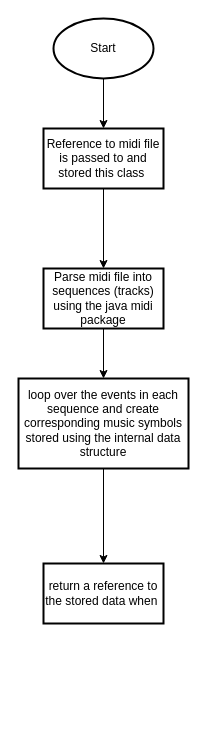
Above: docs/flowcharts/Untitled Diagram.drawio in Bingergie/midi2musicxml (draw.io), before the change. Source tidied: cells renumbered, new cells numbered last; positions are measured from the earlier drawing's top-left corner, leaving out a move shared by most shapes. Both pictures are drawn from the tidied source at 100%, with x=0, y=0 at pixel (18, 18).
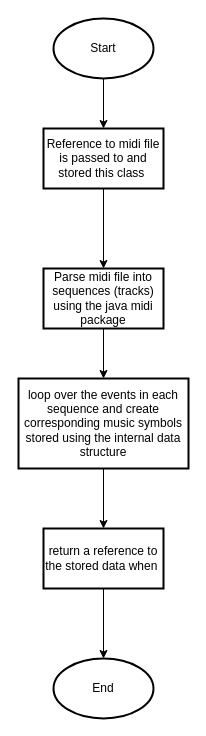
After the change.

The edit, as a diff of the source:
```diff
@@
 <mxGraphModel>
   <root>
     <mxCell id="0" />
     <mxCell id="1" parent="0" />
     <mxCell id="2" style="edgeStyle=orthogonalEdgeStyle;rounded=0;jettySize=auto;html=1;exitX=0.5;exitY=1;exitDx=0;exitDy=0;exitPerimeter=0;entryX=0.5;entryY=0;entryDx=0;entryDy=0;" parent="1" edge="1" source="3" target="5">
       <mxGeometry relative="1" as="geometry" />
     </mxCell>
     <mxCell id="3" value="Start" style="strokeWidth=2;html=1;shape=mxgraph.flowchart.start_1;whiteSpace=wrap;" parent="1" vertex="1">
       <mxGeometry x="35" width="100" height="60" as="geometry" />
     </mxCell>
     <mxCell id="4" style="edgeStyle=orthogonalEdgeStyle;rounded=0;jettySize=auto;html=1;" parent="1" edge="1" source="5" target="7">
       <mxGeometry relative="1" as="geometry" />
     </mxCell>
     <mxCell id="5" value="Reference to midi file is passed to and stored this class&amp;nbsp;" style="whiteSpace=wrap;html=1;strokeWidth=2;" parent="1" vertex="1">
       <mxGeometry x="25" y="110" width="120" height="60" as="geometry" />
     </mxCell>
     <mxCell id="6" style="edgeStyle=orthogonalEdgeStyle;rounded=0;jettySize=auto;html=1;" parent="1" edge="1" source="7" target="9">
       <mxGeometry relative="1" as="geometry" />
     </mxCell>
     <mxCell id="7" value="Parse midi file into sequences (tracks) using the java midi package" style="whiteSpace=wrap;html=1;strokeWidth=2;" parent="1" vertex="1">
       <mxGeometry x="25" y="250" width="120" height="60" as="geometry" />
     </mxCell>
     <mxCell id="8" style="edgeStyle=orthogonalEdgeStyle;rounded=0;jettySize=auto;html=1;" parent="1" edge="1" source="9" target="10">
       <mxGeometry relative="1" as="geometry" />
     </mxCell>
     <mxCell id="9" value="loop over the events in each sequence and create corresponding music symbols stored using the internal data structure" style="whiteSpace=wrap;html=1;strokeWidth=2;" parent="1" vertex="1">
       <mxGeometry y="360" width="170" height="90" as="geometry" />
     </mxCell>
+    <mxCell id="11" style="edgeStyle=orthogonalEdgeStyle;rounded=0;jettySize=auto;html=1;" parent="1" edge="1" source="10" target="12">
+      <mxGeometry relative="1" as="geometry" />
+    </mxCell>
     <mxCell id="10" value="return a reference to the stored data when&amp;nbsp;" style="whiteSpace=wrap;html=1;strokeWidth=2;" parent="1" vertex="1">
-      <mxGeometry x="25" y="545" width="120" height="60" as="geometry" />
+      <mxGeometry x="25" y="510" width="120" height="60" as="geometry" />
     </mxCell>
+    <mxCell id="12" value="End" style="ellipse;whiteSpace=wrap;html=1;strokeWidth=2;" parent="1" vertex="1">
+      <mxGeometry x="35" y="640" width="100" height="60" as="geometry" />
+    </mxCell>
   </root>
 </mxGraphModel>
```
